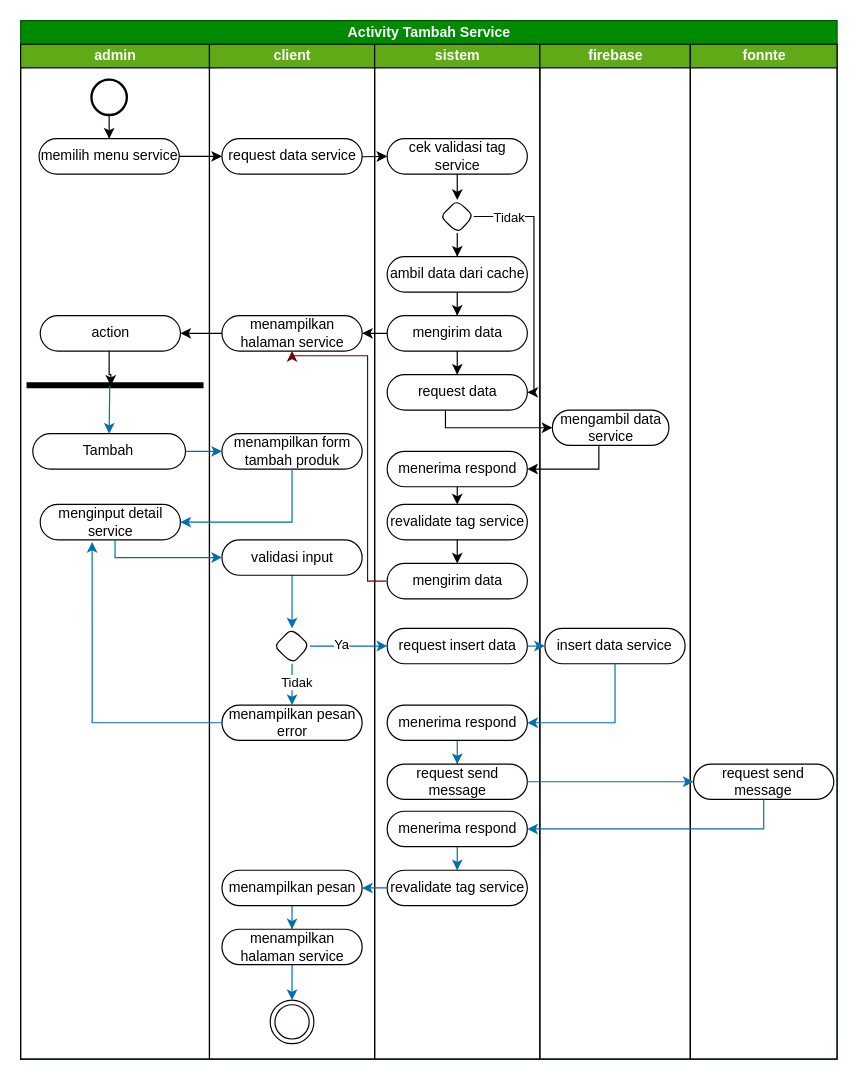
Before: page "activity tambah service" (31 of 44) of skrpsian.drawio in ThikerXCX/umltoko, a draw.io diagram. Source tidied: cells renumbered, new cells numbered last; positions are measured from the earlier drawing's top-left corner, leaving out a move shared by most shapes. Both pictures are drawn from the tidied source at 118%, with x=0, y=0 at pixel (20, 20).
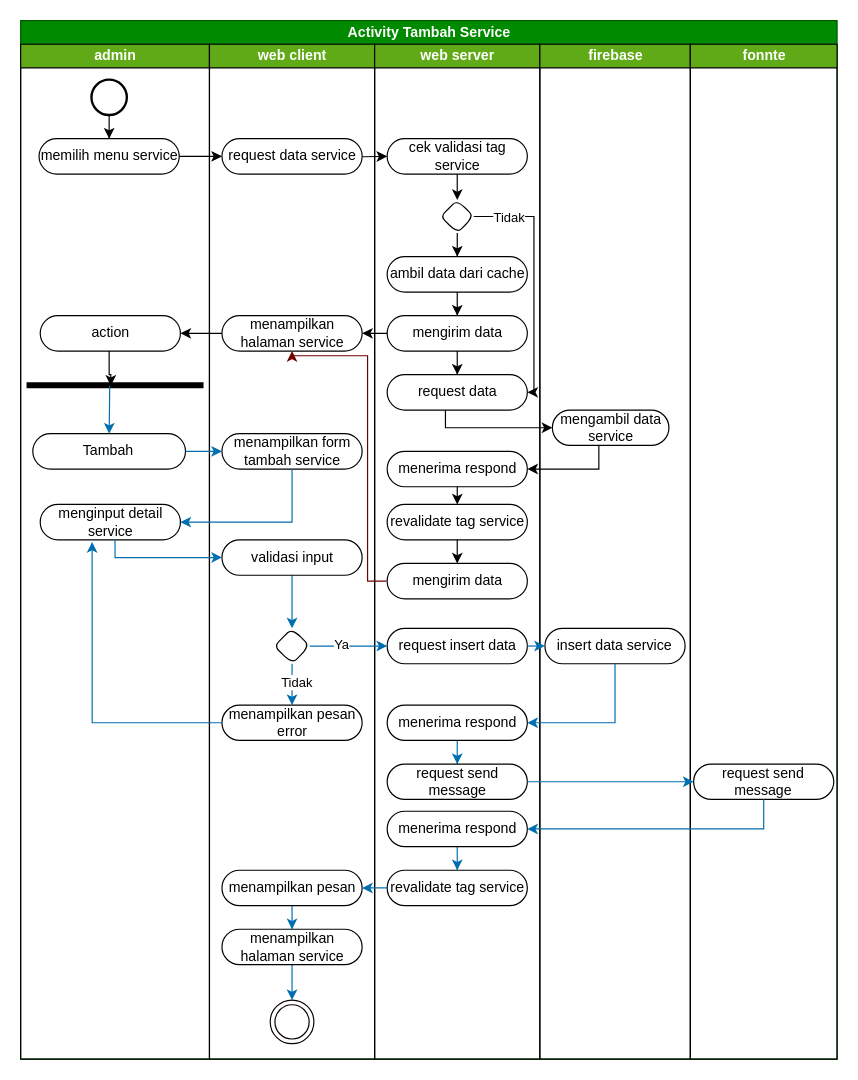
After the change.

Unchanged cells that the change refers to:
```xml
<mxCell id="2" value="Activity Tambah Service" style="swimlane;startSize=20;html=1;fillColor=#008a00;fontColor=#ffffff;strokeColor=#005700;" parent="1" vertex="1">
  <mxGeometry width="691.9" height="880" as="geometry" />
</mxCell>
```

Diff of the diagram source:
```diff
@@
-    <mxCell id="13" value="client" style="swimlane;startSize=20;html=1;fillColor=#60a917;fontColor=#ffffff;strokeColor=#000000;" parent="2" vertex="1">
+    <mxCell id="13" value="web client" style="swimlane;startSize=20;html=1;fillColor=#60a917;fontColor=#ffffff;strokeColor=#000000;" parent="2" vertex="1">
       <mxGeometry x="160" y="20" width="140" height="860" as="geometry" />
     </mxCell>
@@
-    <mxCell id="16" value="menampilkan form tambah produk" style="rounded=1;whiteSpace=wrap;html=1;arcSize=50;fillColor=none;" parent="13" vertex="1">
+    <mxCell id="16" value="menampilkan form tambah service" style="rounded=1;whiteSpace=wrap;html=1;arcSize=50;fillColor=none;" parent="13" vertex="1">
       <mxGeometry x="10.6" y="330" width="118.8" height="30" as="geometry" />
     </mxCell>
@@
-    <mxCell id="28" value="sistem" style="swimlane;startSize=20;html=1;fillColor=#60a917;fontColor=#ffffff;strokeColor=#000000;" parent="2" vertex="1">
+    <mxCell id="28" value="web server" style="swimlane;startSize=20;html=1;fillColor=#60a917;fontColor=#ffffff;strokeColor=#000000;" parent="2" vertex="1">
       <mxGeometry x="300" y="20" width="140" height="860" as="geometry" />
     </mxCell>
```
